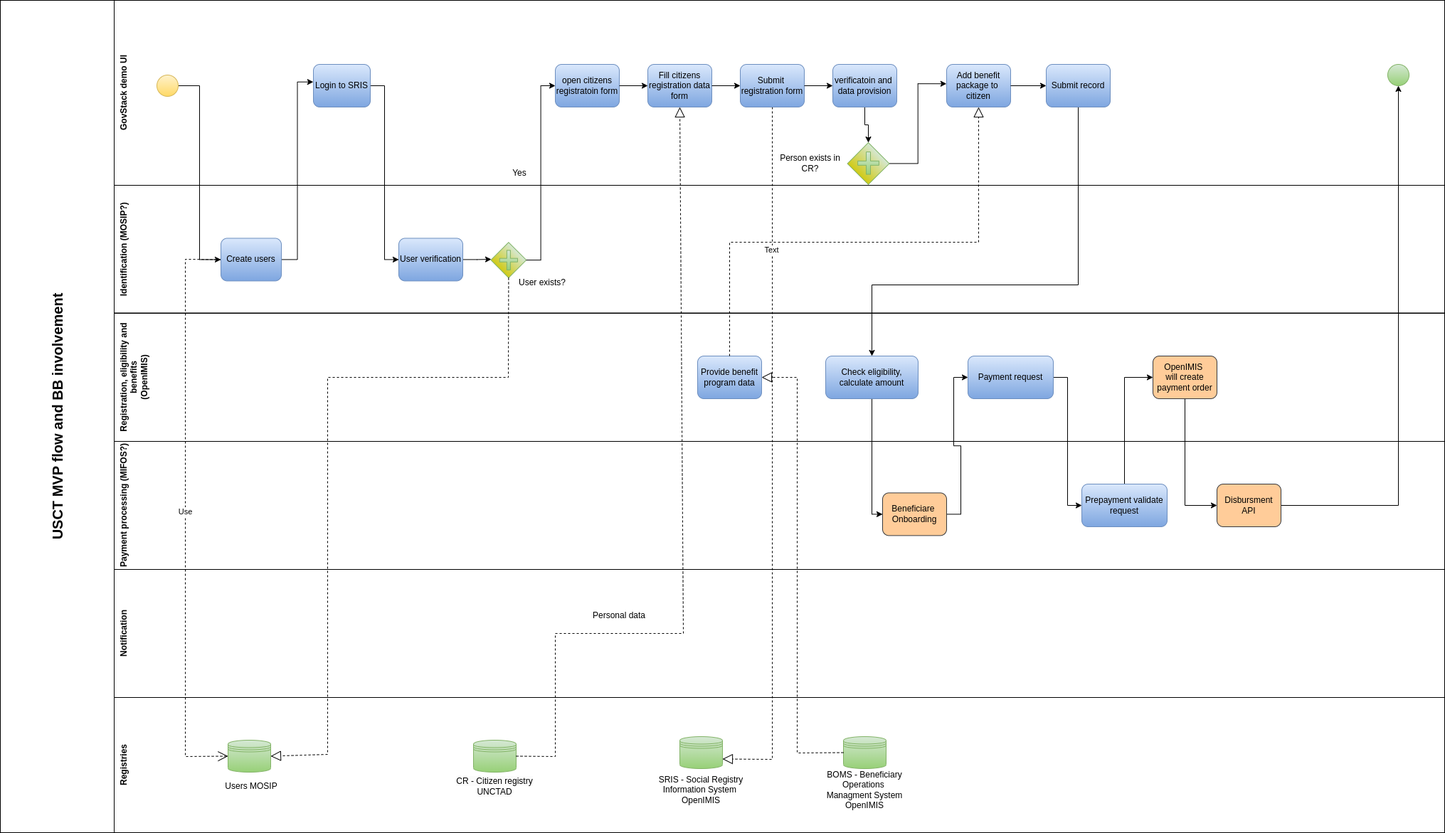
GovStackWorkingGroup/sandbox keeps this draw.io diagram as spec/.gitbook/assets/happy-flow.png. Above is the earlier version. Source tidied: cells renumbered, new cells last; positions are measured from the earlier drawing's top-left corner, leaving out a move shared by most shapes.
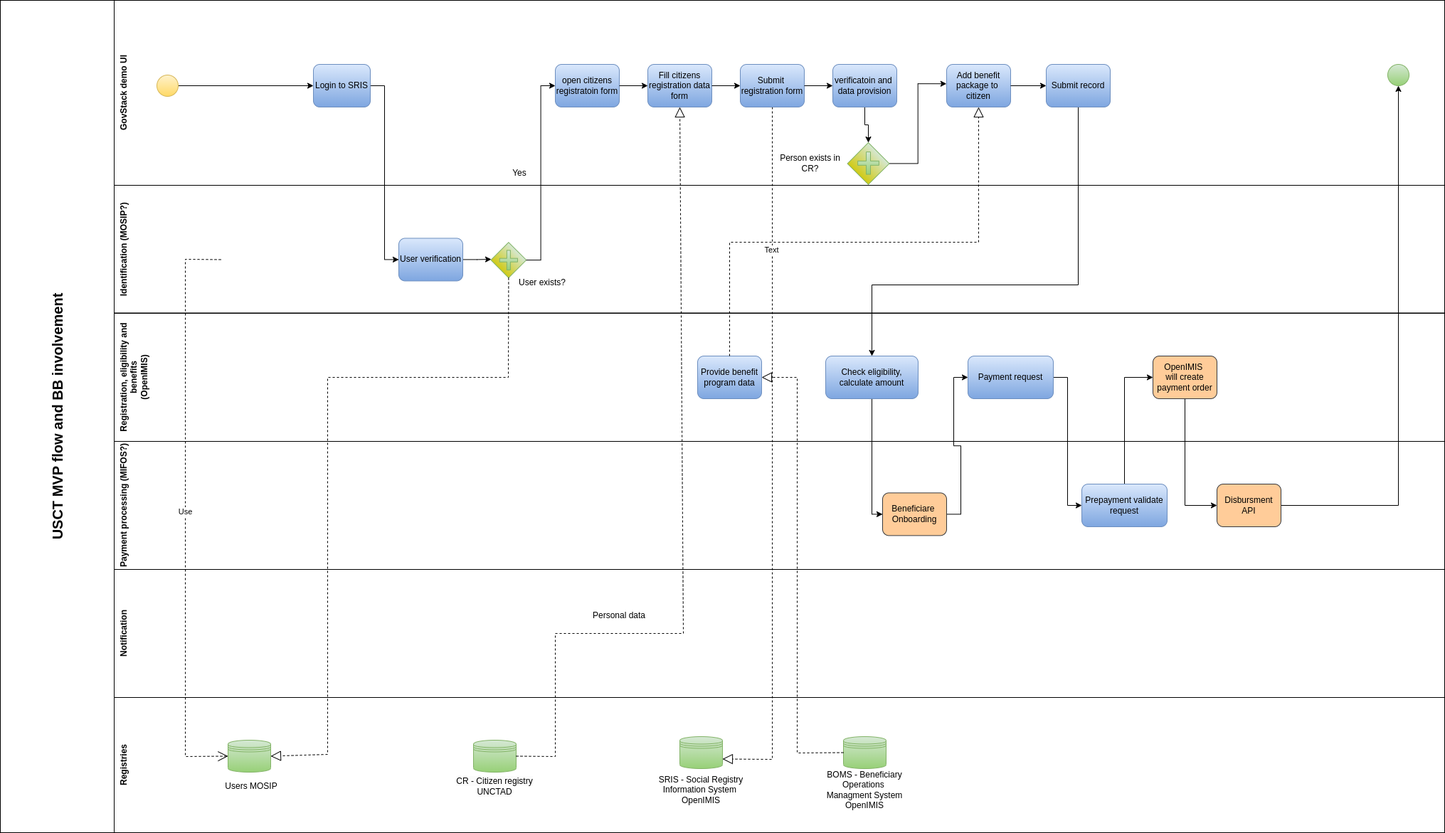
Above is the later version.

Diff of the diagram source:
```diff
@@ -17,12 +17,6 @@
     <mxCell id="6" value="&lt;b&gt;GovStack demo UI&lt;/b&gt;" style="rounded=0;whiteSpace=wrap;html=1;horizontal=0;verticalAlign=top;" parent="1" vertex="1">
       <mxGeometry x="160" width="1870" height="260" as="geometry" />
     </mxCell>
-    <mxCell id="7" style="edgeStyle=orthogonalEdgeStyle;rounded=0;jettySize=auto;html=1;entryX=0;entryY=0.5;entryDx=0;entryDy=0;" parent="1" edge="1" source="58" target="31">
-      <mxGeometry relative="1" as="geometry" />
-    </mxCell>
-    <mxCell id="8" style="edgeStyle=orthogonalEdgeStyle;rounded=0;jettySize=auto;html=1;entryX=-0.002;entryY=0.412;entryDx=0;entryDy=0;entryPerimeter=0;" parent="1" edge="1" source="31" target="59">
-      <mxGeometry relative="1" as="geometry" />
-    </mxCell>
     <mxCell id="9" style="edgeStyle=orthogonalEdgeStyle;rounded=0;jettySize=auto;html=1;" parent="1" edge="1" source="32">
       <mxGeometry relative="1" as="geometry">
         <mxPoint x="690" y="364" as="targetPoint" />
@@ -78,8 +72,9 @@
     <mxCell id="23" value="Prepayment validate request" style="rounded=1;whiteSpace=wrap;html=1;fillColor=#dae8fc;gradientColor=#7ea6e0;strokeColor=#6c8ebf;" parent="1" vertex="1">
       <mxGeometry x="1520" y="680" width="120" height="60" as="geometry" />
     </mxCell>
-    <mxCell id="24" value="Use" style="endArrow=open;endSize=12;dashed=1;html=1;rounded=0;exitX=0;exitY=0.5;exitDx=0;exitDy=0;entryX=0;entryY=0.5;entryDx=0;entryDy=0;" parent="1" edge="1" source="31" target="41">
+    <mxCell id="24" value="Use" style="endArrow=open;endSize=12;dashed=1;html=1;rounded=0;exitX=0;exitY=0.5;exitDx=0;exitDy=0;entryX=0;entryY=0.5;entryDx=0;entryDy=0;" parent="1" edge="1" target="41">
       <mxGeometry relative="1" as="geometry">
+        <mxPoint x="310" y="364.4" as="sourcePoint" />
         <Array as="points">
           <mxPoint x="260" y="364" />
           <mxPoint x="260" y="550" />
@@ -102,15 +97,6 @@
     <mxCell id="29" value="Person exists in CR?" style="text;html=1;strokeColor=none;fillColor=none;align=center;verticalAlign=middle;whiteSpace=wrap;rounded=0;" parent="25" vertex="1">
       <mxGeometry x="16.2" y="13.8" width="105" height="30" as="geometry" />
     </mxCell>
-    <mxCell id="30" style="group;" parent="1" vertex="1">
-      <mxGeometry x="310" y="334.4" width="340" height="60" as="geometry" />
-    </mxCell>
-    <mxCell id="31" value="Create users" style="rounded=1;whiteSpace=wrap;html=1;fillColor=#dae8fc;gradientColor=#7ea6e0;strokeColor=#6c8ebf;" parent="30" vertex="1">
-      <mxGeometry width="85" height="60" as="geometry" />
-    </mxCell>
-    <mxCell id="32" value="User verification" style="rounded=1;whiteSpace=wrap;html=1;fillColor=#dae8fc;gradientColor=#7ea6e0;strokeColor=#6c8ebf;" parent="30" vertex="1">
-      <mxGeometry x="250" width="90" height="60" as="geometry" />
-    </mxCell>
     <mxCell id="33" value="Yes" style="text;html=1;strokeColor=none;fillColor=none;align=center;verticalAlign=middle;whiteSpace=wrap;rounded=0;" parent="1" vertex="1">
       <mxGeometry x="700" y="227.6" width="60" height="30" as="geometry" />
     </mxCell>
@@ -215,6 +201,9 @@
     <mxCell id="57" value="Personal data" style="text;html=1;strokeColor=none;fillColor=none;align=center;verticalAlign=middle;whiteSpace=wrap;rounded=0;" parent="1" vertex="1">
       <mxGeometry x="820" y="850" width="100" height="30" as="geometry" />
     </mxCell>
+    <mxCell id="78" style="edgeStyle=orthogonalEdgeStyle;rounded=0;jettySize=auto;html=1;" parent="1" edge="1" source="58" target="59">
+      <mxGeometry relative="1" as="geometry" />
+    </mxCell>
     <mxCell id="58" style="ellipse;whiteSpace=wrap;html=1;fillColor=#fff2cc;gradientColor=#ffd966;strokeColor=#d6b656;" parent="1" vertex="1">
       <mxGeometry x="220" y="105" width="30" height="30" as="geometry" />
     </mxCell>
@@ -275,5 +264,8 @@
     <mxCell id="77" style="ellipse;whiteSpace=wrap;html=1;fillColor=#d5e8d4;gradientColor=#97d077;strokeColor=#82b366;" parent="1" vertex="1">
       <mxGeometry x="1950" y="90" width="30" height="30" as="geometry" />
     </mxCell>
+    <mxCell id="32" value="User verification" style="rounded=1;whiteSpace=wrap;html=1;fillColor=#dae8fc;gradientColor=#7ea6e0;strokeColor=#6c8ebf;" parent="1" vertex="1">
+      <mxGeometry x="560" y="334.4" width="90" height="60" as="geometry" />
+    </mxCell>
   </root>
 </mxGraphModel>
```
